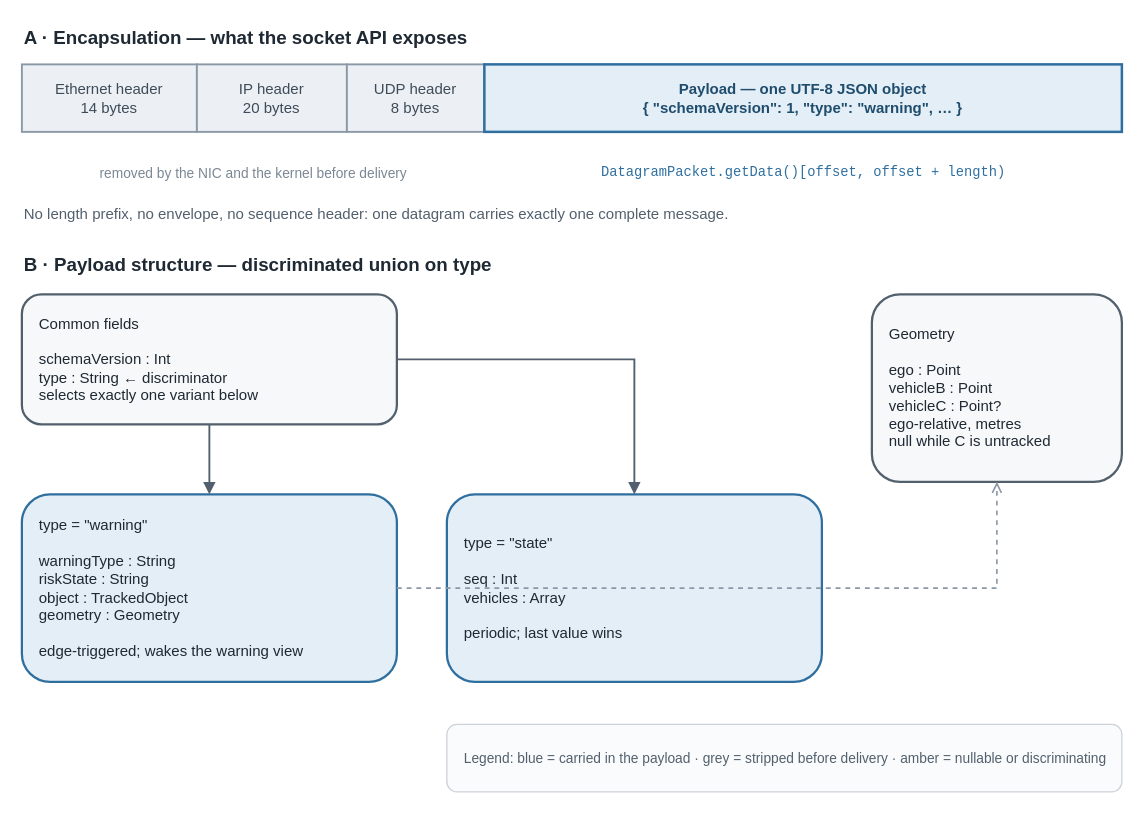
Before: documents/KnowledgeBase/message-structure.drawio in mnpham2101/FPT-Hackathon2026, a draw.io diagram. Source tidied: cells renumbered, new cells numbered last; positions are measured from the earlier drawing's top-left corner, leaving out a move shared by most shapes. Both pictures are drawn from the tidied source at 125%, with x=0, y=0 at pixel (21, 21).
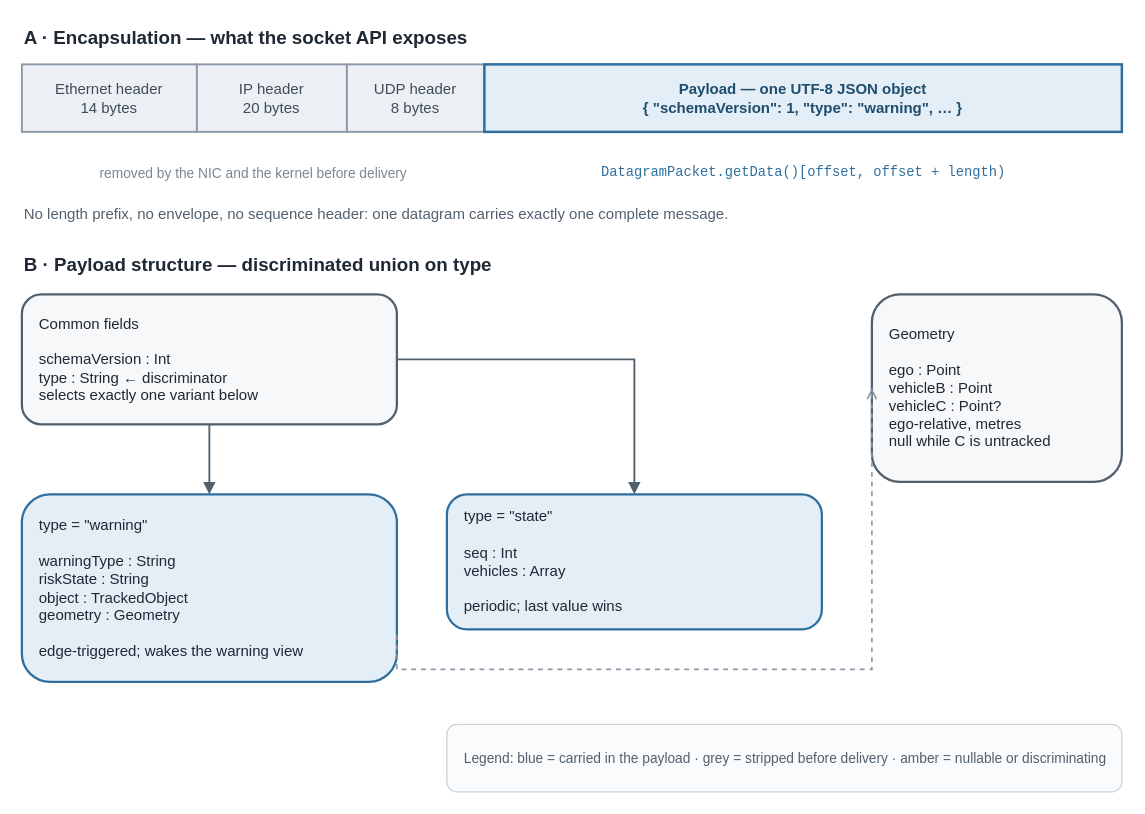
Above is the later version.

Commit message (it also covers changes not shown here):
docs: reroute the geometry link clear of the state box

Unchanged cells that the change refers to:
```xml
<mxCell id="12" value="type = &quot;warning&quot;&#10;&#10;warningType : String&#10;riskState : String&#10;object : TrackedObject&#10;geometry : Geometry&#10;&#10;edge-triggered; wakes the warning view" style="rounded=1;whiteSpace=wrap;html=1;fillColor=#E4EEF7;strokeColor=#2F6F9F;strokeWidth=1.8;align=left;spacingLeft=12;fontSize=12;fontColor=#1F2933;" parent="1" vertex="1">
  <mxGeometry y="378" width="300" height="150" as="geometry" />
</mxCell>
<mxCell id="14" value="Geometry&#10;&#10;ego : Point&#10;vehicleB : Point&#10;vehicleC : Point?&#10;ego-relative, metres&#10;null while C is untracked" style="rounded=1;whiteSpace=wrap;html=1;fillColor=#F6F8FA;strokeColor=#52606D;strokeWidth=1.8;align=left;spacingLeft=12;fontSize=12;fontColor=#1F2933;" parent="1" vertex="1">
  <mxGeometry x="680" y="218" width="200" height="150" as="geometry" />
</mxCell>
```

What changed in the source:
```diff
@@
     <mxCell id="13" value="type = &quot;state&quot;&#10;&#10;seq : Int&#10;vehicles : Array&#10;&#10;periodic; last value wins" style="rounded=1;whiteSpace=wrap;html=1;fillColor=#E4EEF7;strokeColor=#2F6F9F;strokeWidth=1.8;align=left;spacingLeft=12;fontSize=12;fontColor=#1F2933;" parent="1" vertex="1">
-      <mxGeometry x="340" y="378" width="300" height="150" as="geometry" />
+      <mxGeometry x="340" y="378" width="300" height="108" as="geometry" />
     </mxCell>
@@
-    <mxCell id="17" style="edgeStyle=orthogonalEdgeStyle;rounded=0;html=1;strokeColor=#8A97A6;strokeWidth=1.3;dashed=1;endArrow=open;" parent="1" edge="1" source="12" target="14">
-      <mxGeometry relative="1" as="geometry" />
+    <mxCell id="17" style="edgeStyle=orthogonalEdgeStyle;rounded=0;html=1;strokeColor=#8A97A6;strokeWidth=1.3;dashed=1;endArrow=open;exitX=1;exitY=0.75;exitDx=0;exitDy=0;entryX=0;entryY=0.5;entryDx=0;entryDy=0;" parent="1" edge="1" source="12" target="14">
+      <mxGeometry relative="1" as="geometry">
+        <Array as="points">
+          <mxPoint x="320" y="518" />
+          <mxPoint x="660" y="518" />
+        </Array>
+      </mxGeometry>
     </mxCell>
```
